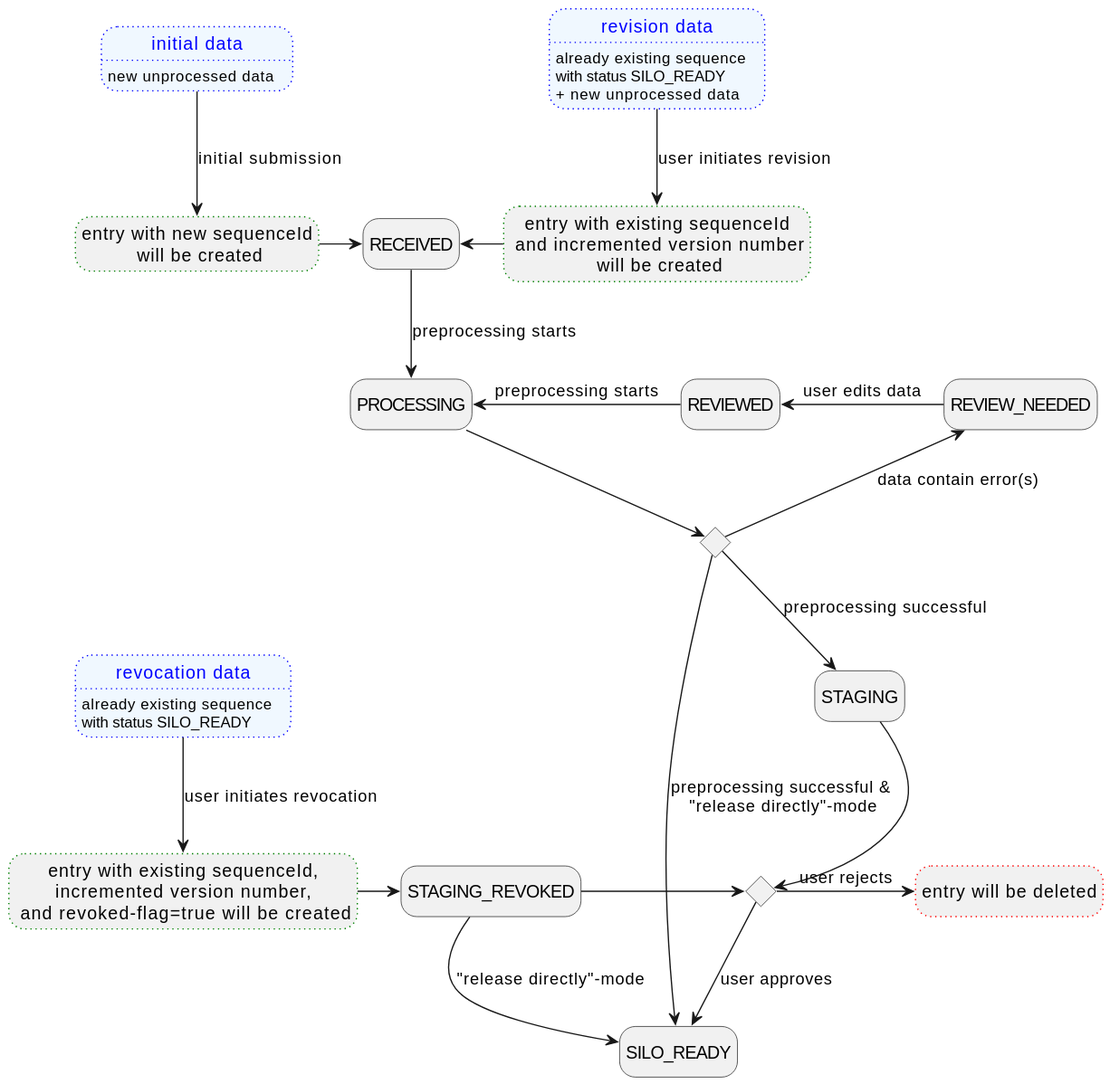
loculus-project/loculus keeps this PlantUML diagram as backend/docs/plantuml/statusChange.svg. Above is the earlier version.
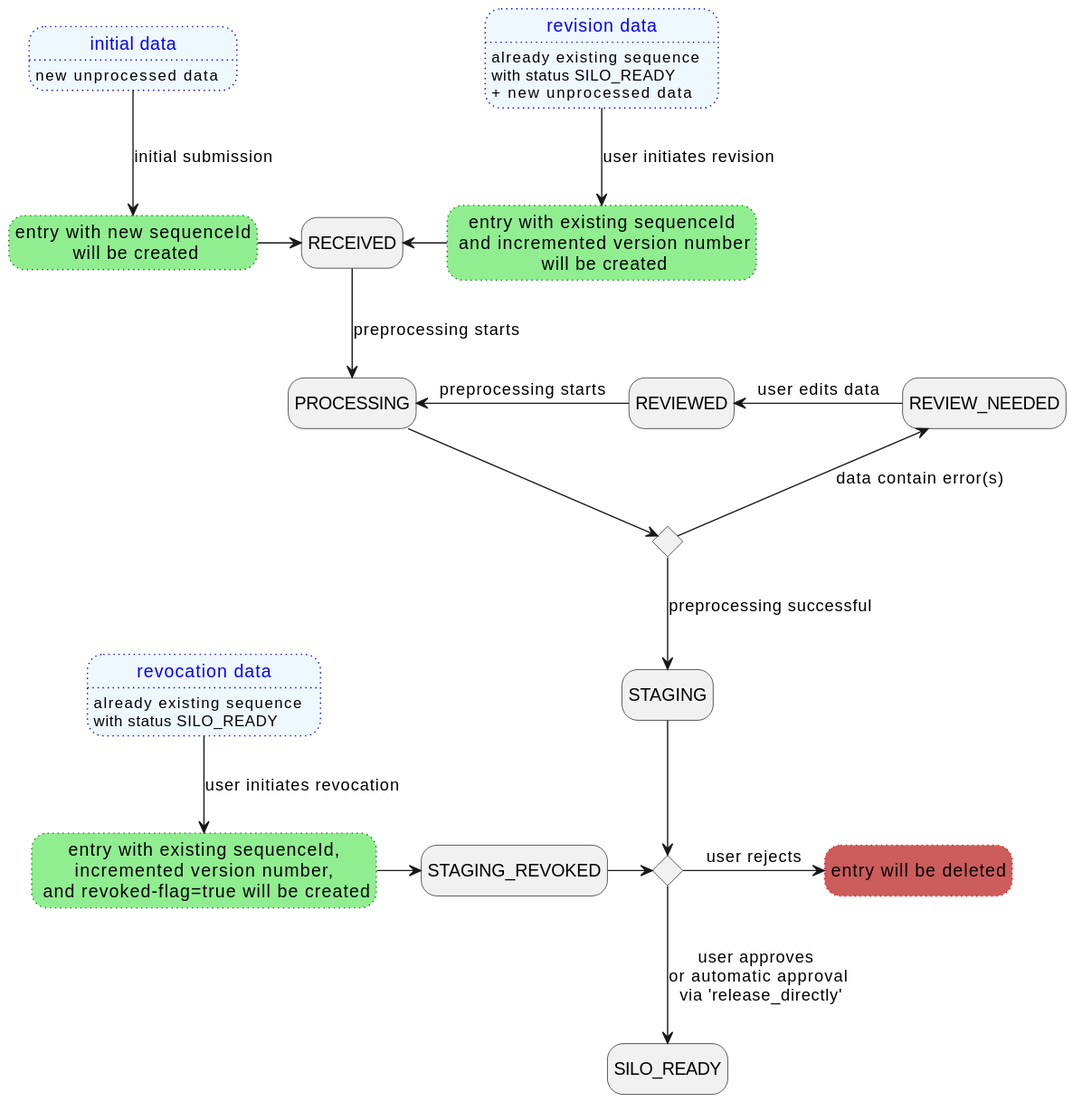
The same diagram one commit later.

What changed in the source:
```diff
@@ -21,10 +21,10 @@
     state REVIEWED
     state SILO_READY
 
-    state CREATING_SUBMIT as "entry with new sequenceId\n will be created" #line:green;line.dotted
-    state CREATING_REVISE as "entry with existing sequenceId\n and incremented version number\n will be created" #line:green;line.dotted
-    state CREATING_REVOKE as "entry with existing sequenceId,\n incremented version number, \n and revoked-flag=true will be created" #line:green;line.dotted
-    state DELETION as "entry will be deleted" #line:red;line.dotted
+    state CREATING_SUBMIT as "entry with new sequenceId\n will be created" #lightgreen;line:green;line.dotted
+    state CREATING_REVISE as "entry with existing sequenceId\n and incremented version number\n will be created" #lightgreen;line:green;line.dotted
+    state CREATING_REVOKE as "entry with existing sequenceId,\n incremented version number, \n and revoked-flag=true will be created" #lightgreen;line:green;line.dotted
+    state DELETION as "entry will be deleted" #IndianRed;line:red;line.dotted
     state is_error <<choice>>
     state is_approved <<choice>>
 
@@ -36,7 +36,6 @@
     REVOKED_DATA -d-> CREATING_REVOKE : user initiates revocation
     CREATING_REVOKE -r-> STAGING_REVOKED
     STAGING_REVOKED -r-> is_approved
-    STAGING_REVOKED --> SILO_READY : "release directly"-mode
 
     RECEIVED --> PROCESSING : preprocessing starts
     PROCESSING --> is_error
@@ -44,8 +43,7 @@
     REVIEW_NEEDED -l-> REVIEWED : user edits data
     REVIEWED -l-> PROCESSING : preprocessing starts
     is_error --> STAGING : preprocessing successful
-    is_error --> SILO_READY : preprocessing successful &\n "release directly"-mode
     STAGING --> is_approved
-    is_approved -d-> SILO_READY : user approves
+    is_approved -d-> SILO_READY : user approves \nor automatic approval\n via 'release_directly'
     is_approved -r-> DELETION : user rejects
 @enduml
```
